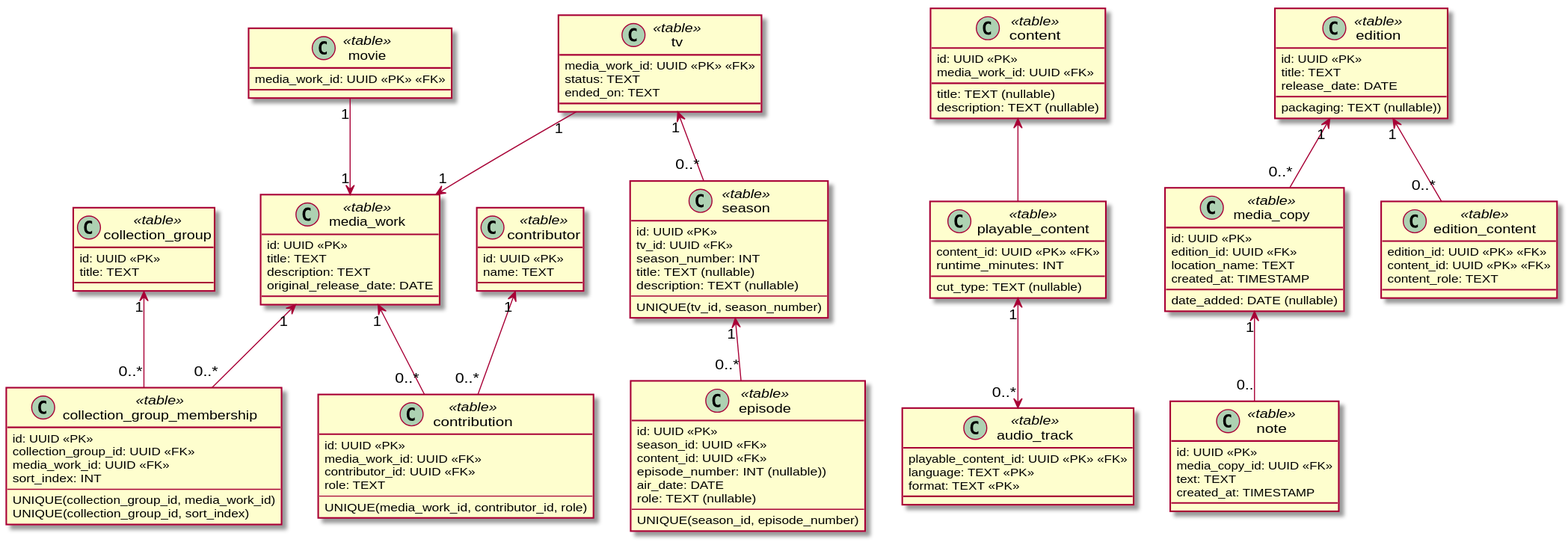
This is docs/diagrams/data/data-model.svg from yantue/colleq, a PlantUML export, as it was before one commit.
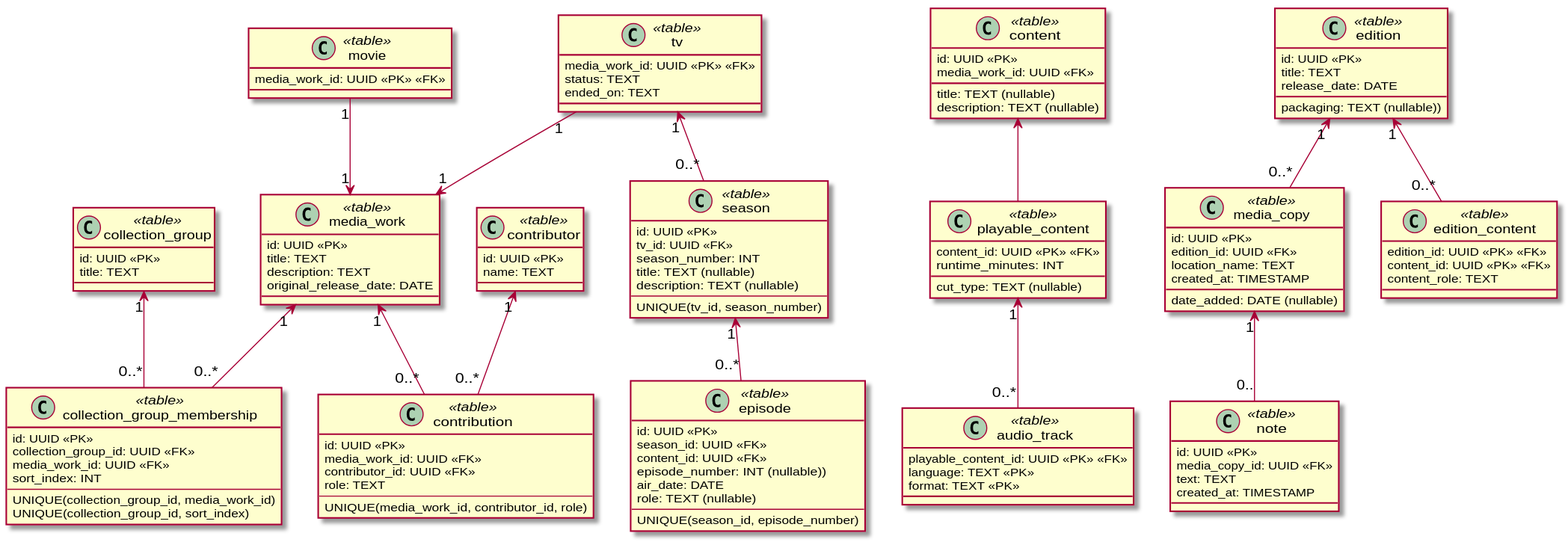
The same diagram one commit later.

Commit message:
Auto-generate UML diagrams

Change to the diagram source:
```diff
@@ -29,7 +29,7 @@
     format: TEXT <<PK>>
 }
 
-playable_content "1" <--> "0..*" audio_track
+playable_content "1" <-- "0..*" audio_track
 
 class media_copy <<table>> {
     id: UUID <<PK>>
```
